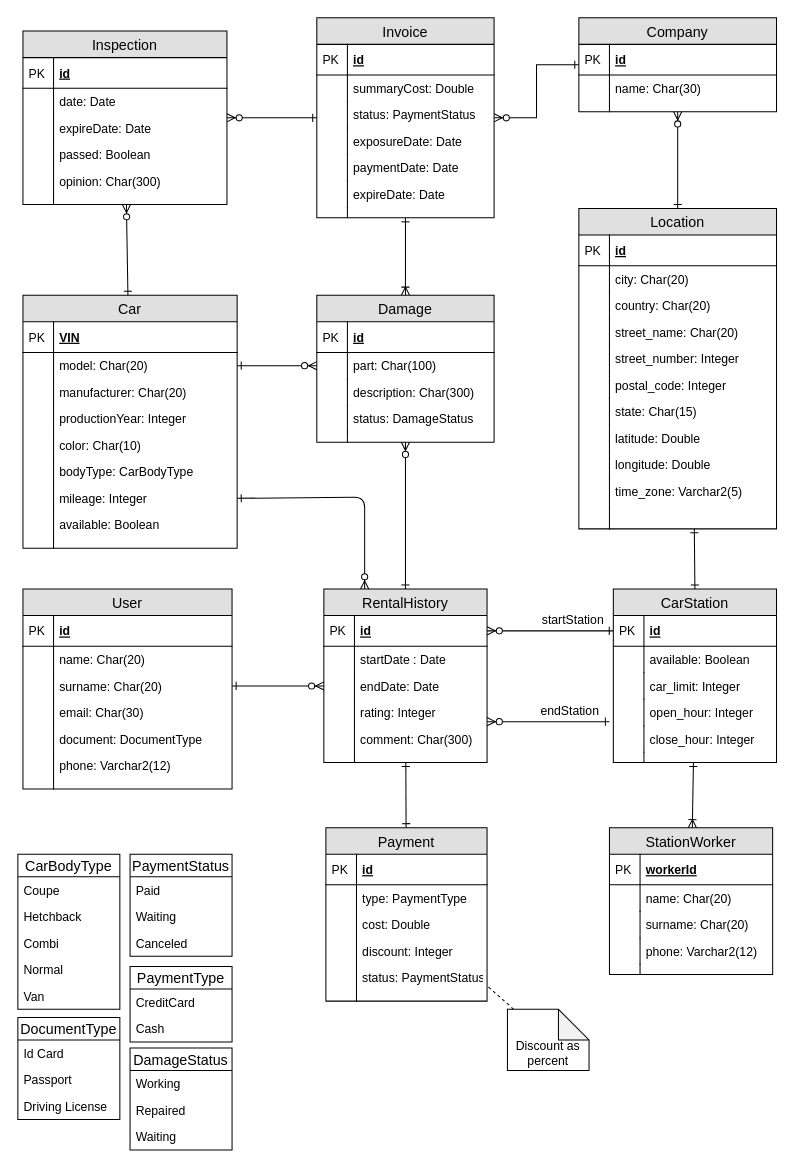
The draw.io diagram ERD.drawio in AdvancedDatabases/ZSBD-studies-course, before the edit. Source tidied: cells renumbered, new cells numbered last; positions are measured from the earlier drawing's top-left corner, leaving out a move shared by most shapes. Both pictures are drawn from the tidied source at 102%, with x=0, y=0 at pixel (17, 17).
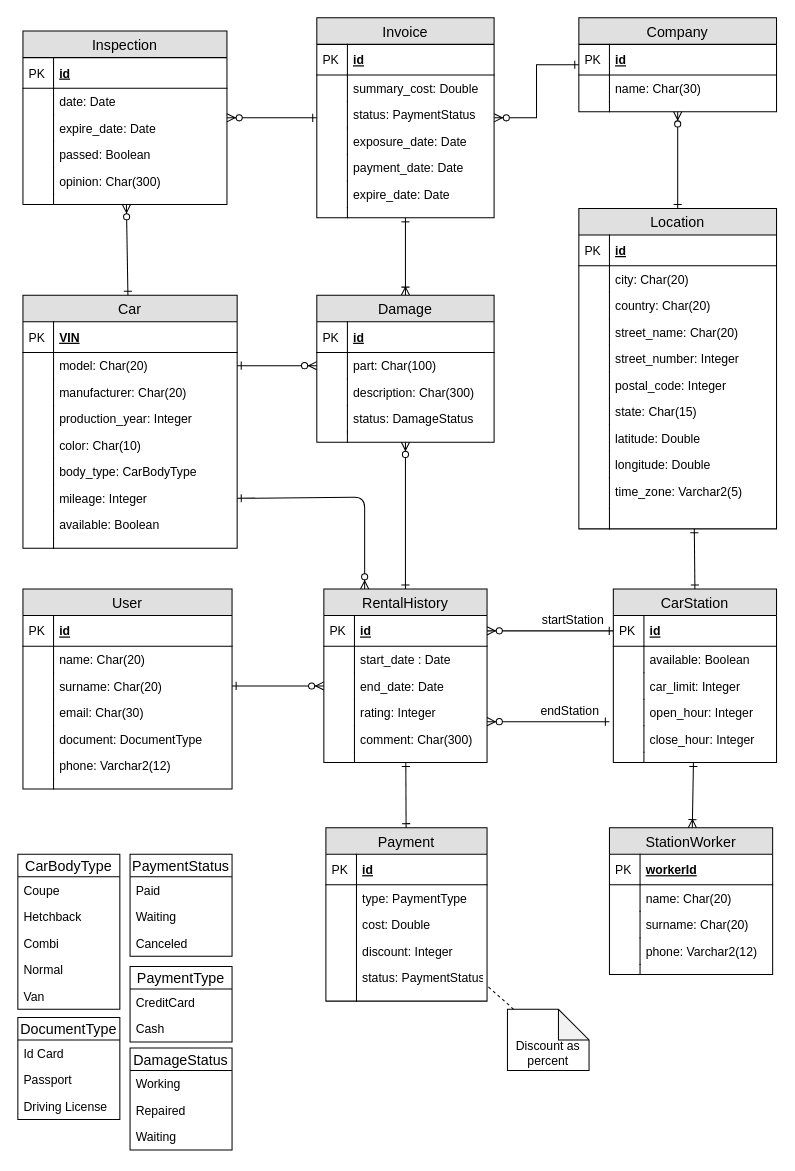
The same diagram, later.

Commit message:
Unify the attributes' names - ERD

The change refers to these unchanged cells:
```xml
<mxCell id="2" value="RentalHistory" style="swimlane;fontStyle=0;horizontal=1;startSize=26;fillColor=#e0e0e0;swimlaneFillColor=#ffffff;align=center;fontSize=14;" parent="1" vertex="1">
  <mxGeometry x="300" y="560" width="160" height="170" as="geometry" />
</mxCell>
<mxCell id="43" value="Car" style="swimlane;fontStyle=0;horizontal=1;startSize=26;fillColor=#e0e0e0;swimlaneFillColor=#ffffff;align=center;fontSize=14;" parent="1" vertex="1">
  <mxGeometry x="5" y="272" width="210" height="248" as="geometry" />
</mxCell>
<mxCell id="75" value="Invoice" style="swimlane;fontStyle=0;horizontal=1;startSize=26;fillColor=#e0e0e0;swimlaneFillColor=#ffffff;align=center;fontSize=14;" parent="1" vertex="1">
  <mxGeometry x="293.1" width="173.8" height="196" as="geometry" />
</mxCell>
<mxCell id="152" value="Inspection" style="swimlane;fontStyle=0;horizontal=1;startSize=26;fillColor=#e0e0e0;swimlaneFillColor=#ffffff;align=center;fontSize=14;" parent="1" vertex="1">
  <mxGeometry x="5" y="13" width="200" height="170" as="geometry" />
</mxCell>
```

What changed in the source:
```diff
@@
-    <mxCell id="5" value="startDate : Date" style="shape=partialRectangle;top=0;left=0;right=0;bottom=0;align=left;verticalAlign=top;fillColor=none;spacingLeft=34;spacingRight=4;overflow=hidden;fontSize=12;" parent="2" vertex="1">
+    <mxCell id="5" value="start_date : Date" style="shape=partialRectangle;top=0;left=0;right=0;bottom=0;align=left;verticalAlign=top;fillColor=none;spacingLeft=34;spacingRight=4;overflow=hidden;fontSize=12;" parent="2" vertex="1">
       <mxGeometry y="56" width="160" height="26" as="geometry" />
     </mxCell>
@@
-    <mxCell id="7" value="endDate: Date" style="shape=partialRectangle;top=0;left=0;right=0;bottom=0;align=left;verticalAlign=top;fillColor=none;spacingLeft=34;spacingRight=4;overflow=hidden;points=[[0,0.5],[1,0.5]];portConstraint=eastwest;fontSize=12;" parent="2" vertex="1">
+    <mxCell id="7" value="end_date: Date" style="shape=partialRectangle;top=0;left=0;right=0;bottom=0;align=left;verticalAlign=top;fillColor=none;spacingLeft=34;spacingRight=4;overflow=hidden;points=[[0,0.5],[1,0.5]];portConstraint=eastwest;fontSize=12;" parent="2" vertex="1">
       <mxGeometry y="82" width="160" height="26" as="geometry" />
     </mxCell>
@@
-    <mxCell id="50" value="productionYear: Integer&#10;" style="shape=partialRectangle;top=0;left=0;right=0;bottom=0;align=left;verticalAlign=top;fillColor=none;spacingLeft=34;spacingRight=4;overflow=hidden;fontSize=12;" parent="43" vertex="1">
+    <mxCell id="50" value="production_year: Integer&#10;" style="shape=partialRectangle;top=0;left=0;right=0;bottom=0;align=left;verticalAlign=top;fillColor=none;spacingLeft=34;spacingRight=4;overflow=hidden;fontSize=12;" parent="43" vertex="1">
       <mxGeometry y="108" width="210" height="26" as="geometry" />
     </mxCell>
@@
-    <mxCell id="54" value="bodyType: CarBodyType" style="shape=partialRectangle;top=0;left=0;right=0;bottom=0;align=left;verticalAlign=top;fillColor=none;spacingLeft=34;spacingRight=4;overflow=hidden;fontSize=12;" parent="43" vertex="1">
+    <mxCell id="54" value="body_type: CarBodyType" style="shape=partialRectangle;top=0;left=0;right=0;bottom=0;align=left;verticalAlign=top;fillColor=none;spacingLeft=34;spacingRight=4;overflow=hidden;fontSize=12;" parent="43" vertex="1">
       <mxGeometry y="160" width="210" height="26" as="geometry" />
     </mxCell>
@@
-    <mxCell id="78" value="summaryCost: Double" style="shape=partialRectangle;top=0;left=0;right=0;bottom=0;align=left;verticalAlign=top;fillColor=none;spacingLeft=34;spacingRight=4;overflow=hidden;fontSize=12;" parent="75" vertex="1">
+    <mxCell id="78" value="summary_cost: Double" style="shape=partialRectangle;top=0;left=0;right=0;bottom=0;align=left;verticalAlign=top;fillColor=none;spacingLeft=34;spacingRight=4;overflow=hidden;fontSize=12;" parent="75" vertex="1">
       <mxGeometry y="56" width="173.8" height="26" as="geometry" />
     </mxCell>
@@
-    <mxCell id="82" value="exposureDate: Date" style="shape=partialRectangle;top=0;left=0;right=0;bottom=0;align=left;verticalAlign=top;fillColor=none;spacingLeft=34;spacingRight=4;overflow=hidden;fontSize=12;" parent="75" vertex="1">
+    <mxCell id="82" value="exposure_date: Date" style="shape=partialRectangle;top=0;left=0;right=0;bottom=0;align=left;verticalAlign=top;fillColor=none;spacingLeft=34;spacingRight=4;overflow=hidden;fontSize=12;" parent="75" vertex="1">
       <mxGeometry y="108" width="173.8" height="26" as="geometry" />
     </mxCell>
@@
-    <mxCell id="84" value="paymentDate: Date" style="shape=partialRectangle;top=0;left=0;right=0;bottom=0;align=left;verticalAlign=top;fillColor=none;spacingLeft=34;spacingRight=4;overflow=hidden;fontSize=12;" parent="75" vertex="1">
+    <mxCell id="84" value="payment_date: Date" style="shape=partialRectangle;top=0;left=0;right=0;bottom=0;align=left;verticalAlign=top;fillColor=none;spacingLeft=34;spacingRight=4;overflow=hidden;fontSize=12;" parent="75" vertex="1">
       <mxGeometry y="134" width="173.8" height="26" as="geometry" />
     </mxCell>
@@
-    <mxCell id="86" value="expireDate: Date" style="shape=partialRectangle;top=0;left=0;right=0;bottom=0;align=left;verticalAlign=top;fillColor=none;spacingLeft=34;spacingRight=4;overflow=hidden;fontSize=12;" parent="75" vertex="1">
+    <mxCell id="86" value="expire_date: Date" style="shape=partialRectangle;top=0;left=0;right=0;bottom=0;align=left;verticalAlign=top;fillColor=none;spacingLeft=34;spacingRight=4;overflow=hidden;fontSize=12;" parent="75" vertex="1">
       <mxGeometry y="160" width="173.8" height="26" as="geometry" />
     </mxCell>
@@
-    <mxCell id="157" value="expireDate: Date" style="shape=partialRectangle;top=0;left=0;right=0;bottom=0;align=left;verticalAlign=top;fillColor=none;spacingLeft=34;spacingRight=4;overflow=hidden;fontSize=12;" parent="152" vertex="1">
+    <mxCell id="157" value="expire_date: Date" style="shape=partialRectangle;top=0;left=0;right=0;bottom=0;align=left;verticalAlign=top;fillColor=none;spacingLeft=34;spacingRight=4;overflow=hidden;fontSize=12;" parent="152" vertex="1">
       <mxGeometry y="82" width="200" height="26" as="geometry" />
     </mxCell>
```
